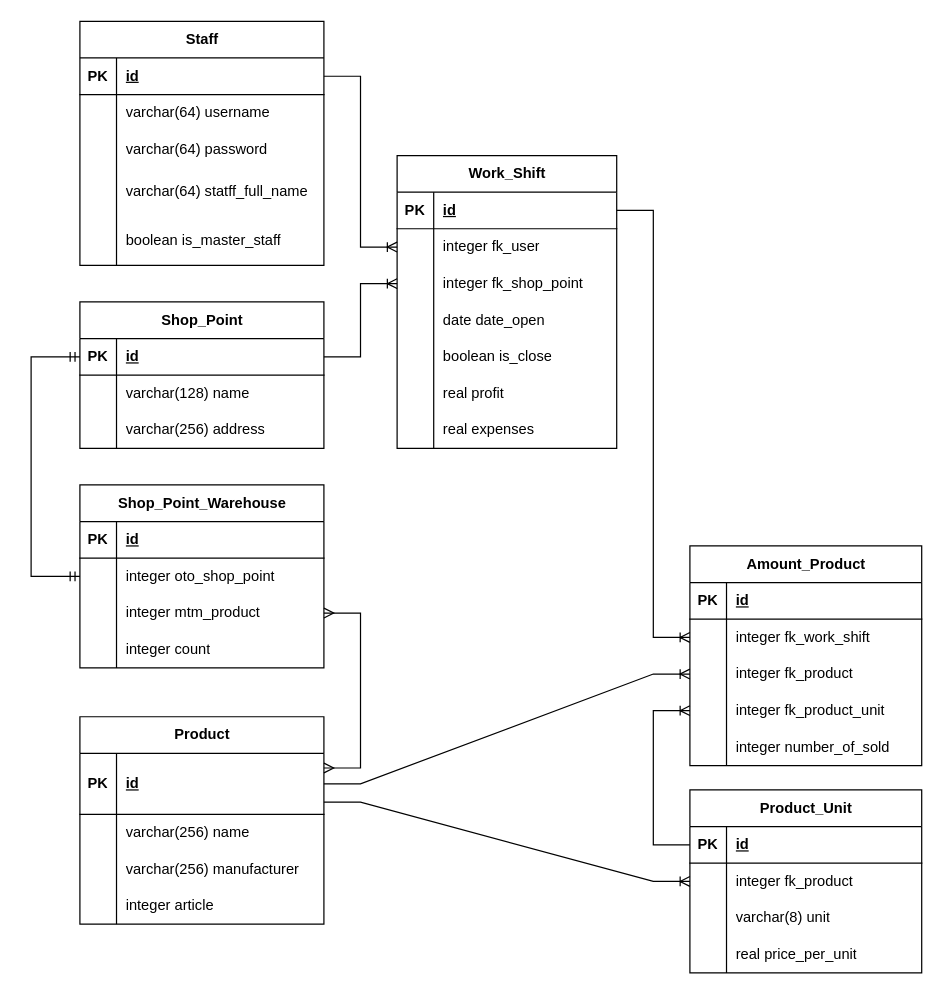
This is docs/OTUS_DB_HW_1.drawio from OhlupinMaxim/otus-postgres-dba, a draw.io file, before an edit. Source tidied: cells renumbered, new cells numbered last; positions are measured from the earlier drawing's top-left corner, leaving out a move shared by most shapes. Both pictures are drawn from the tidied source at 122%, with x=0, y=0 at pixel (30, 21).
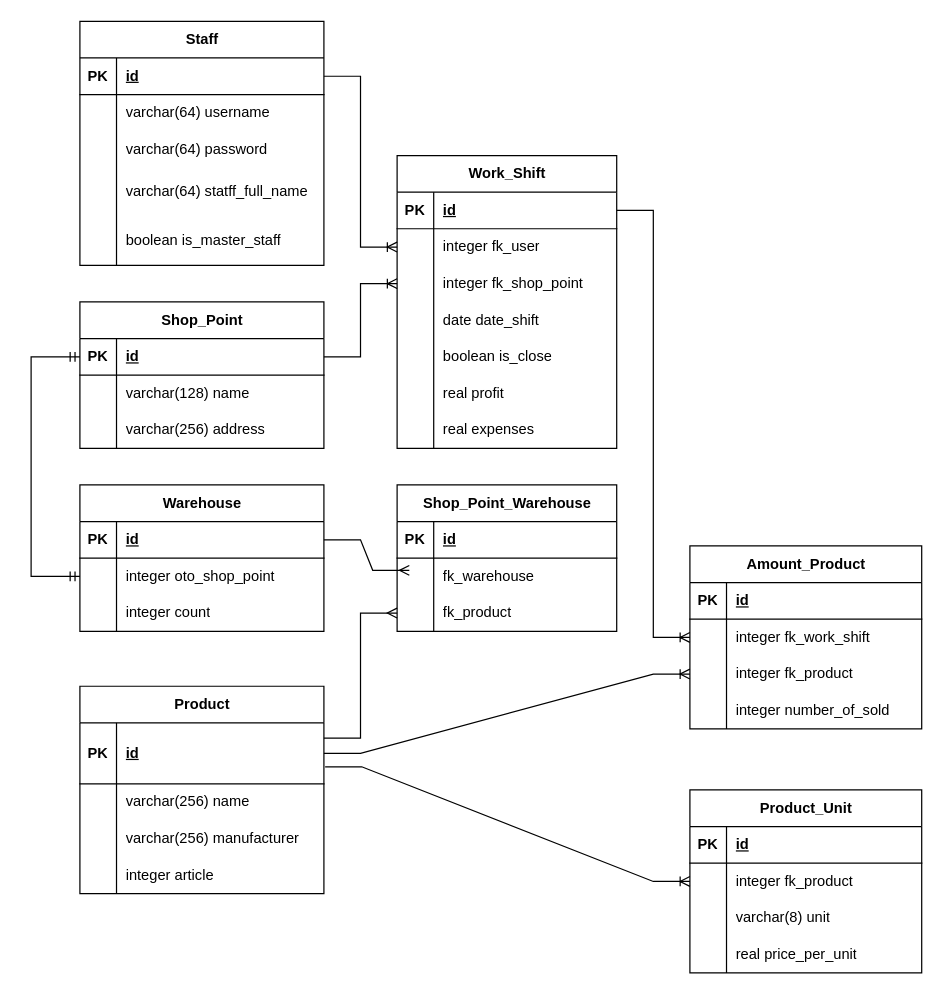
Above is the later version.

The change refers to these unchanged cells:
```xml
<mxCell id="19" style="shape=tableRow;horizontal=0;startSize=0;swimlaneHead=0;swimlaneBody=0;fillColor=none;points=[[0,0.5],[1,0.5]];portConstraint=eastwest;top=0;left=0;right=0;bottom=1;" parent="18" vertex="1">
  <mxGeometry y="30" width="200" height="50" as="geometry" />
</mxCell>
<mxCell id="67" style="shape=tableRow;horizontal=0;startSize=0;swimlaneHead=0;swimlaneBody=0;fillColor=none;top=0;left=0;right=0;bottom=0;" parent="57" vertex="1">
  <mxGeometry y="120" width="180" height="30" as="geometry" />
</mxCell>
<mxCell id="83" style="shape=tableRow;horizontal=0;startSize=0;swimlaneHead=0;swimlaneBody=0;fillColor=none;points=[[0,0.5],[1,0.5]];portConstraint=eastwest;top=0;left=0;right=0;bottom=1;" parent="82" vertex="1">
  <mxGeometry y="30" width="200" height="30" as="geometry" />
</mxCell>
<mxCell id="99" style="shape=tableRow;horizontal=0;startSize=0;swimlaneHead=0;swimlaneBody=0;fillColor=none;points=[[0,0.5],[1,0.5]];portConstraint=eastwest;top=0;left=0;right=0;bottom=1;" parent="98" vertex="1">
  <mxGeometry y="30" width="190" height="30" as="geometry" />
</mxCell>
<mxCell id="102" style="shape=tableRow;horizontal=0;startSize=0;swimlaneHead=0;swimlaneBody=0;fillColor=none;points=[[0,0.5],[1,0.5]];portConstraint=eastwest;top=0;left=0;right=0;bottom=0;" parent="98" vertex="1">
  <mxGeometry y="60" width="190" height="30" as="geometry" />
</mxCell>
```

The edit, as a diff of the source:
```diff
@@
     <mxCell id="18" value="&lt;div&gt;Product&lt;/div&gt;" style="shape=table;startSize=30;childLayout=tableLayout;rowLines=0;fontStyle=1;align=center;html=1;" parent="1" vertex="1">
-      <mxGeometry x="40" y="570" width="200" height="170" as="geometry" />
+      <mxGeometry x="40" y="545" width="200" height="170" as="geometry" />
     </mxCell>
@@
     <mxCell id="41" value="Amount_Product" style="shape=table;startSize=30;childLayout=tableLayout;rowLines=0;fontStyle=1;align=center;html=1;" parent="1" vertex="1">
-      <mxGeometry x="540" y="430" width="190" height="180" as="geometry" />
+      <mxGeometry x="540" y="430" width="190" height="150" as="geometry" />
     </mxCell>
@@
-    <mxCell id="51" style="shape=tableRow;horizontal=0;startSize=0;swimlaneHead=0;swimlaneBody=0;fillColor=none;points=[[0,0.5],[1,0.5]];portConstraint=eastwest;top=0;left=0;right=0;bottom=0;" parent="41" vertex="1">
-      <mxGeometry y="120" width="190" height="30" as="geometry" />
-    </mxCell>
-    <mxCell id="52" style="shape=partialRectangle;fillColor=none;top=0;left=0;bottom=0;right=0;overflow=hidden;whiteSpace=wrap;html=1;" parent="51" vertex="1">
-      <mxGeometry width="30" height="30" as="geometry" />
-    </mxCell>
-    <mxCell id="53" value="integer fk_product_unit" style="shape=partialRectangle;fillColor=none;top=0;left=0;bottom=0;right=0;align=left;spacingLeft=6;overflow=hidden;whiteSpace=wrap;html=1;" parent="51" vertex="1">
-      <mxGeometry x="30" width="160" height="30" as="geometry" />
-    </mxCell>
     <mxCell id="54" style="shape=tableRow;horizontal=0;startSize=0;swimlaneHead=0;swimlaneBody=0;fillColor=none;top=0;left=0;right=0;bottom=0;" parent="41" vertex="1">
-      <mxGeometry y="150" width="190" height="30" as="geometry" />
+      <mxGeometry y="120" width="190" height="30" as="geometry" />
     </mxCell>
@@
-    <mxCell id="69" value="date date_open" style="shape=partialRectangle;fillColor=none;top=0;left=0;bottom=0;right=0;align=left;spacingLeft=6;overflow=hidden;whiteSpace=wrap;html=1;" parent="67" vertex="1">
+    <mxCell id="69" value="date date_shift" style="shape=partialRectangle;fillColor=none;top=0;left=0;bottom=0;right=0;align=left;spacingLeft=6;overflow=hidden;whiteSpace=wrap;html=1;" parent="67" vertex="1">
       <mxGeometry x="30" width="150" height="30" as="geometry" />
     </mxCell>
@@
-    <mxCell id="82" value="Shop_Point_Warehouse" style="shape=table;startSize=30;childLayout=tableLayout;rowLines=0;fontStyle=1;align=center;html=1;" parent="1" vertex="1">
-      <mxGeometry x="40" y="380" width="200" height="150" as="geometry" />
+    <mxCell id="82" value="Warehouse" style="shape=table;startSize=30;childLayout=tableLayout;rowLines=0;fontStyle=1;align=center;html=1;" parent="1" vertex="1">
+      <mxGeometry x="40" y="380" width="200" height="120" as="geometry" />
     </mxCell>
@@
-    <mxCell id="89" style="shape=tableRow;horizontal=0;startSize=0;swimlaneHead=0;swimlaneBody=0;fillColor=none;points=[[0,0.5],[1,0.5]];portConstraint=eastwest;top=0;left=0;right=0;bottom=0;" parent="82" vertex="1">
-      <mxGeometry y="90" width="200" height="30" as="geometry" />
-    </mxCell>
-    <mxCell id="90" style="shape=partialRectangle;fillColor=none;top=0;left=0;bottom=0;right=0;overflow=hidden;whiteSpace=wrap;html=1;" parent="89" vertex="1">
-      <mxGeometry width="30" height="30" as="geometry" />
-    </mxCell>
-    <mxCell id="91" value="integer mtm_product" style="shape=partialRectangle;fillColor=none;top=0;left=0;bottom=0;right=0;align=left;spacingLeft=6;overflow=hidden;whiteSpace=wrap;html=1;" parent="89" vertex="1">
-      <mxGeometry x="30" width="170" height="30" as="geometry" />
-    </mxCell>
     <mxCell id="92" style="shape=tableRow;horizontal=0;startSize=0;swimlaneHead=0;swimlaneBody=0;fillColor=none;top=0;left=0;right=0;bottom=0;" parent="82" vertex="1">
-      <mxGeometry y="120" width="200" height="30" as="geometry" />
+      <mxGeometry y="90" width="200" height="30" as="geometry" />
     </mxCell>
@@
-    <mxCell id="95" style="edgeStyle=entityRelationEdgeStyle;fontSize=12;html=1;endArrow=ERmany;startArrow=ERmany;rounded=0;exitX=1;exitY=0.24;exitDx=0;exitDy=0;entryX=1;entryY=0.5;entryDx=0;entryDy=0;exitPerimeter=0;" parent="1" edge="1" source="19" target="89">
-      <mxGeometry relative="1" as="geometry">
-        <Array as="points">
-          <mxPoint x="200" y="390" />
-        </Array>
-      </mxGeometry>
-    </mxCell>
@@
-    <mxCell id="111" style="edgeStyle=entityRelationEdgeStyle;fontSize=12;html=1;endArrow=ERoneToMany;rounded=0;entryX=0;entryY=0.5;entryDx=0;entryDy=0;" parent="1" edge="1" target="102">
-      <mxGeometry relative="1" as="geometry">
-        <mxPoint x="240" y="640" as="sourcePoint" />
-      </mxGeometry>
+    <mxCell id="111" style="edgeStyle=entityRelationEdgeStyle;fontSize=12;html=1;endArrow=ERoneToMany;rounded=0;entryX=0;entryY=0.5;entryDx=0;entryDy=0;exitX=1.005;exitY=0.72;exitDx=0;exitDy=0;exitPerimeter=0;" parent="1" edge="1" source="19" target="102">
+      <mxGeometry relative="1" as="geometry" />
     </mxCell>
-    <mxCell id="112" style="endArrow=ERoneToMany;html=1;rounded=0;entryX=0;entryY=0.5;entryDx=0;entryDy=0;exitX=0;exitY=0.5;exitDx=0;exitDy=0;endFill=0;" parent="1" edge="1" source="99" target="51">
-      <mxGeometry relative="1" as="geometry">
-        <Array as="points">
-          <mxPoint x="510" y="675" />
-          <mxPoint x="510" y="565" />
-        </Array>
-      </mxGeometry>
-    </mxCell>
+    <mxCell id="113" value="Shop_Point_Warehouse" style="shape=table;startSize=30;childLayout=tableLayout;rowLines=0;fontStyle=1;align=center;html=1;" parent="1" vertex="1">
+      <mxGeometry x="300" y="380" width="180" height="120" as="geometry" />
+    </mxCell>
+    <mxCell id="114" style="shape=tableRow;horizontal=0;startSize=0;swimlaneHead=0;swimlaneBody=0;fillColor=none;top=0;left=0;right=0;bottom=1;" parent="113" vertex="1">
+      <mxGeometry y="30" width="180" height="30" as="geometry" />
+    </mxCell>
+    <mxCell id="115" value="PK" style="shape=partialRectangle;fillColor=none;top=0;left=0;bottom=0;right=0;fontStyle=1;overflow=hidden;whiteSpace=wrap;html=1;" parent="114" vertex="1">
+      <mxGeometry width="30" height="30" as="geometry" />
+    </mxCell>
+    <mxCell id="116" value="id" style="shape=partialRectangle;fillColor=none;top=0;left=0;bottom=0;right=0;align=left;spacingLeft=6;fontStyle=5;overflow=hidden;whiteSpace=wrap;html=1;" parent="114" vertex="1">
+      <mxGeometry x="30" width="150" height="30" as="geometry" />
+    </mxCell>
+    <mxCell id="117" style="shape=tableRow;horizontal=0;startSize=0;swimlaneHead=0;swimlaneBody=0;fillColor=none;top=0;left=0;right=0;bottom=0;" parent="113" vertex="1">
+      <mxGeometry y="60" width="180" height="30" as="geometry" />
+    </mxCell>
+    <mxCell id="118" style="shape=partialRectangle;fillColor=none;top=0;left=0;bottom=0;right=0;overflow=hidden;whiteSpace=wrap;html=1;" parent="117" vertex="1">
+      <mxGeometry width="30" height="30" as="geometry" />
+    </mxCell>
+    <mxCell id="119" value="fk_warehouse" style="shape=partialRectangle;fillColor=none;top=0;left=0;bottom=0;right=0;align=left;spacingLeft=6;overflow=hidden;whiteSpace=wrap;html=1;" parent="117" vertex="1">
+      <mxGeometry x="30" width="150" height="30" as="geometry" />
+    </mxCell>
+    <mxCell id="120" style="shape=tableRow;horizontal=0;startSize=0;swimlaneHead=0;swimlaneBody=0;fillColor=none;points=[[0,0.5],[1,0.5]];portConstraint=eastwest;top=0;left=0;right=0;bottom=0;" parent="113" vertex="1">
+      <mxGeometry y="90" width="180" height="30" as="geometry" />
+    </mxCell>
+    <mxCell id="121" style="shape=partialRectangle;fillColor=none;top=0;left=0;bottom=0;right=0;overflow=hidden;whiteSpace=wrap;html=1;" parent="120" vertex="1">
+      <mxGeometry width="30" height="30" as="geometry" />
+    </mxCell>
+    <mxCell id="122" value="fk_product" style="shape=partialRectangle;fillColor=none;top=0;left=0;bottom=0;right=0;align=left;spacingLeft=6;overflow=hidden;whiteSpace=wrap;html=1;" parent="120" vertex="1">
+      <mxGeometry x="30" width="150" height="30" as="geometry" />
+    </mxCell>
+    <mxCell id="123" style="edgeStyle=entityRelationEdgeStyle;fontSize=12;html=1;endArrow=ERmany;rounded=0;entryX=0;entryY=0.5;entryDx=0;entryDy=0;exitX=1;exitY=0.25;exitDx=0;exitDy=0;" parent="1" edge="1" source="18" target="120">
+      <mxGeometry relative="1" as="geometry" />
+    </mxCell>
+    <mxCell id="124" style="edgeStyle=entityRelationEdgeStyle;fontSize=12;html=1;endArrow=ERmany;rounded=0;exitX=1;exitY=0.5;exitDx=0;exitDy=0;" parent="1" edge="1" source="83">
+      <mxGeometry relative="1" as="geometry">
+        <mxPoint x="310" y="450" as="targetPoint" />
+      </mxGeometry>
+    </mxCell>
```
